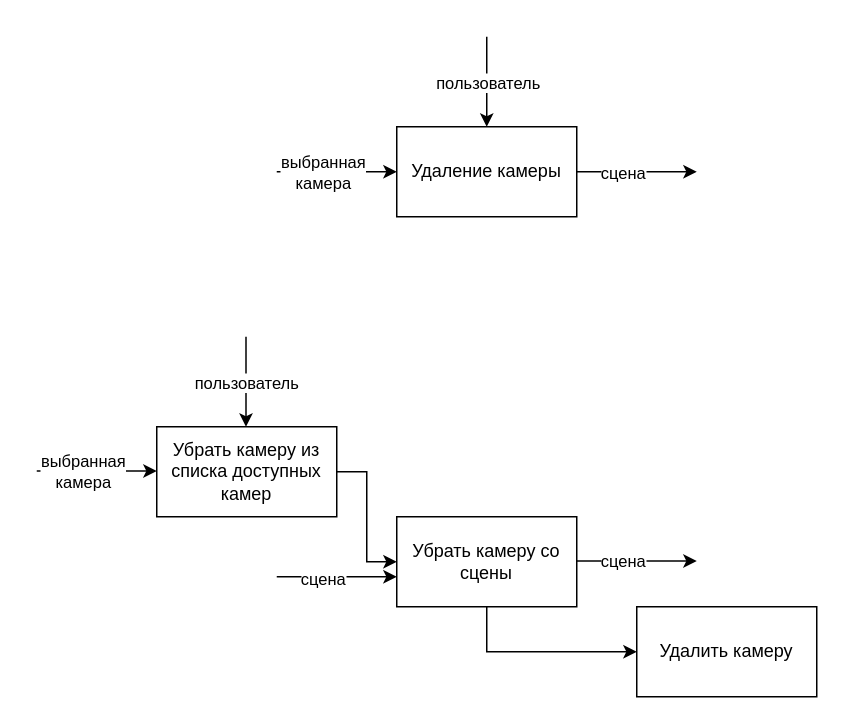
The draw.io diagram page "5. Удаление камеры" (6 of 9) of idef0/idef0.drawio in c0sx/3d-model-viewer-design, before the edit. Source tidied: cells renumbered, new cells numbered last; positions are measured from the earlier drawing's top-left corner, leaving out a move shared by most shapes. Both pictures are drawn from the tidied source at 150%, with x=0, y=0 at pixel (36, 36).
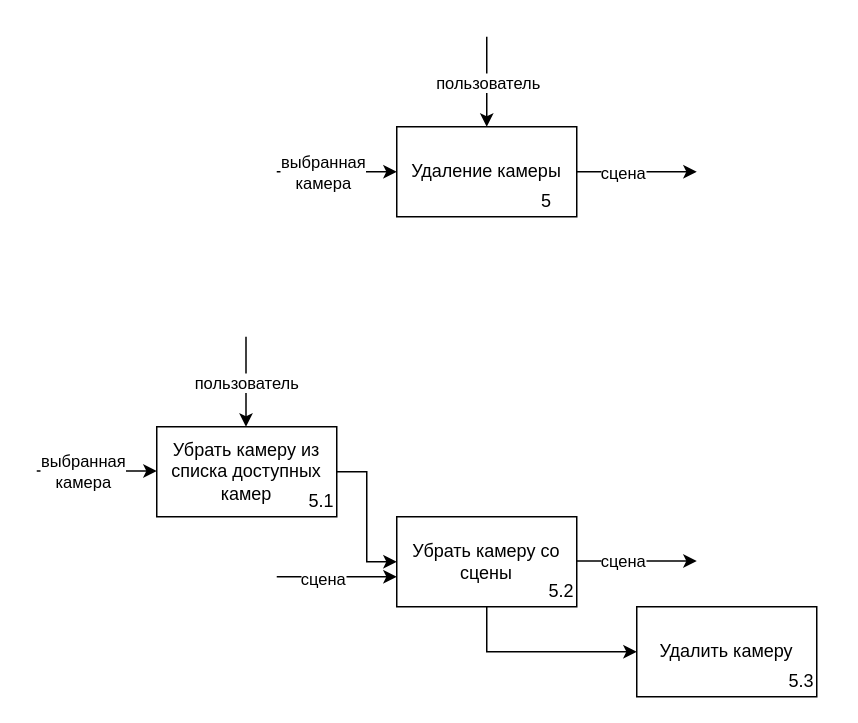
The same diagram, later.

The edit, as a diff of the source:
```diff
@@
+    <mxCell id="22" value="5" style="text;html=1;strokeColor=none;fillColor=none;align=center;verticalAlign=middle;whiteSpace=wrap;rounded=0;" parent="1" vertex="1">
+      <mxGeometry x="320" y="100" width="40" height="20" as="geometry" />
+    </mxCell>
+    <mxCell id="23" value="5.1" style="text;html=1;strokeColor=none;fillColor=none;align=center;verticalAlign=middle;whiteSpace=wrap;rounded=0;" parent="1" vertex="1">
+      <mxGeometry x="170" y="300" width="40" height="20" as="geometry" />
+    </mxCell>
+    <mxCell id="24" value="5.2" style="text;html=1;strokeColor=none;fillColor=none;align=center;verticalAlign=middle;whiteSpace=wrap;rounded=0;" parent="1" vertex="1">
+      <mxGeometry x="330" y="360" width="40" height="20" as="geometry" />
+    </mxCell>
+    <mxCell id="25" value="5.3" style="text;html=1;strokeColor=none;fillColor=none;align=center;verticalAlign=middle;whiteSpace=wrap;rounded=0;" parent="1" vertex="1">
+      <mxGeometry x="490" y="420" width="40" height="20" as="geometry" />
+    </mxCell>
```
